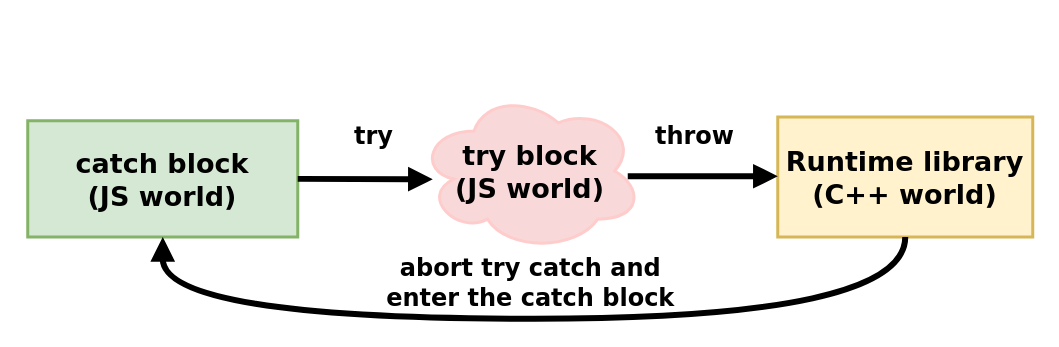
Earlier version of the draw.io diagram diagrams/js-catch.drawio (nuta/vhpc2025-keynote). Source tidied: cells renumbered, new cells numbered last; positions are measured from the earlier drawing's top-left corner, leaving out a move shared by most shapes. Both pictures are drawn from the tidied source at 150%, with x=0, y=0 at pixel (27, 90).
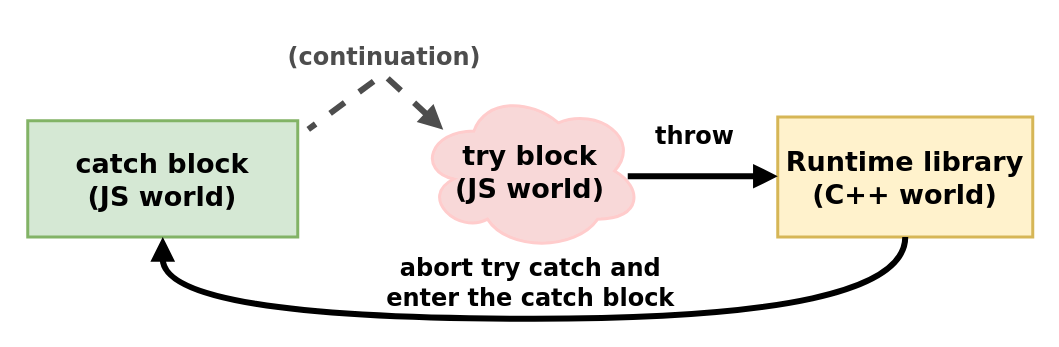
After the change.

Change to the diagram source:
```diff
@@
 <mxGraphModel>
   <root>
     <mxCell id="0" />
     <mxCell id="1" parent="0" />
     <mxCell id="2" value="Runtime library&#10;(C++ world)" style="whiteSpace=wrap;strokeWidth=2;fillColor=#fff2cc;strokeColor=#d6b656;fontFamily=Verdana;fontStyle=1;fontSize=18;" parent="1" vertex="1">
       <mxGeometry x="500" y="17.5" width="170" height="80" as="geometry" />
     </mxCell>
     <mxCell id="3" value="catch block&#10;(JS world)" style="whiteSpace=wrap;strokeWidth=2;fillColor=#d5e8d4;strokeColor=#82b366;fontFamily=Verdana;fontStyle=1;fontSize=18;" parent="1" vertex="1">
       <mxGeometry y="20" width="180" height="77.5" as="geometry" />
     </mxCell>
     <mxCell id="4" value="try block&lt;br style=&quot;font-size: 18px;&quot;&gt;(JS world)" style="ellipse;shape=cloud;whiteSpace=wrap;html=1;fontSize=18;fontFamily=Verdana;fillColor=#F8D8D8;strokeColor=#FFCCCC;strokeWidth=2;fontStyle=1;" parent="1" vertex="1">
       <mxGeometry x="260" width="150" height="107" as="geometry" />
     </mxCell>
-    <mxCell id="5" style="rounded=0;jettySize=auto;html=1;strokeWidth=4;endArrow=none;endFill=0;startArrow=block;startFill=1;entryX=1;entryY=0.5;entryDx=0;entryDy=0;" parent="1" edge="1" target="3">
+    <mxCell id="5" style="rounded=0;orthogonalLoop=1;jettySize=auto;html=1;strokeWidth=4;endArrow=none;endFill=0;startArrow=block;startFill=1;entryX=1;entryY=0.5;entryDx=0;entryDy=0;dashed=1;strokeColor=#4D4D4D;jumpSize=5;" parent="1" edge="1">
       <mxGeometry relative="1" as="geometry">
-        <mxPoint x="270" y="59" as="sourcePoint" />
+        <mxPoint x="277" y="26" as="sourcePoint" />
+        <mxPoint x="187" y="25.8" as="targetPoint" />
+        <Array as="points">
+          <mxPoint x="237" y="-11" />
+        </Array>
       </mxGeometry>
     </mxCell>
-    <mxCell id="6" value="&lt;font face=&quot;Verdana&quot; style=&quot;font-size: 16px;&quot;&gt;&lt;b style=&quot;font-size: 16px;&quot;&gt;try&lt;/b&gt;&lt;/font&gt;&lt;div style=&quot;font-size: 16px;&quot;&gt;&lt;/div&gt;" style="text;whiteSpace=wrap;html=1;fontSize=16;verticalAlign=middle;align=center;" parent="1" vertex="1">
-      <mxGeometry x="176" y="10" width="110" height="40" as="geometry" />
+    <mxCell id="6" value="&lt;font face=&quot;Verdana&quot; style=&quot;font-size: 16px;&quot;&gt;&lt;b style=&quot;font-size: 16px;&quot;&gt;(continuation)&lt;br&gt;&lt;/b&gt;&lt;/font&gt;&lt;div style=&quot;font-size: 16px;&quot;&gt;&lt;/div&gt;" style="text;whiteSpace=wrap;html=1;fontSize=16;verticalAlign=middle;align=center;strokeColor=none;fontColor=#4D4D4D;" parent="1" vertex="1">
+      <mxGeometry x="183" y="-43" width="110" height="40" as="geometry" />
     </mxCell>
     <mxCell id="7" value="&lt;font face=&quot;Verdana&quot; style=&quot;font-size: 16px;&quot;&gt;&lt;b style=&quot;font-size: 16px;&quot;&gt;abort try catch and&lt;br&gt;enter the catch block&lt;br&gt;&lt;/b&gt;&lt;/font&gt;&lt;div style=&quot;font-size: 16px;&quot;&gt;&lt;/div&gt;" style="text;whiteSpace=wrap;html=1;fontSize=16;verticalAlign=middle;align=center;" parent="1" vertex="1">
       <mxGeometry x="192.5" y="116" width="285" height="23" as="geometry" />
     </mxCell>
     <mxCell id="8" style="rounded=0;orthogonalLoop=1;jettySize=auto;html=1;strokeWidth=4;endArrow=none;endFill=0;startArrow=block;startFill=1;" parent="1" edge="1">
       <mxGeometry relative="1" as="geometry">
         <mxPoint x="500" y="57" as="sourcePoint" />
         <mxPoint x="400" y="57" as="targetPoint" />
       </mxGeometry>
     </mxCell>
     <mxCell id="9" value="&lt;font face=&quot;Verdana&quot; style=&quot;font-size: 16px;&quot;&gt;&lt;b style=&quot;font-size: 16px;&quot;&gt;throw&lt;/b&gt;&lt;/font&gt;&lt;div style=&quot;font-size: 16px;&quot;&gt;&lt;/div&gt;" style="text;whiteSpace=wrap;html=1;fontSize=16;verticalAlign=middle;align=center;" parent="1" vertex="1">
       <mxGeometry x="390" y="10" width="110" height="40" as="geometry" />
     </mxCell>
     <mxCell id="10" style="rounded=0;jettySize=auto;html=1;strokeWidth=4;endArrow=none;endFill=0;startArrow=block;startFill=1;exitX=0.5;exitY=1;exitDx=0;exitDy=0;entryX=0.5;entryY=1;entryDx=0;entryDy=0;edgeStyle=orthogonalEdgeStyle;curved=1;" parent="1" edge="1" source="3" target="2">
       <mxGeometry relative="1" as="geometry">
         <Array as="points">
           <mxPoint x="90" y="152" />
           <mxPoint x="585" y="152" />
         </Array>
       </mxGeometry>
     </mxCell>
   </root>
 </mxGraphModel>
```
